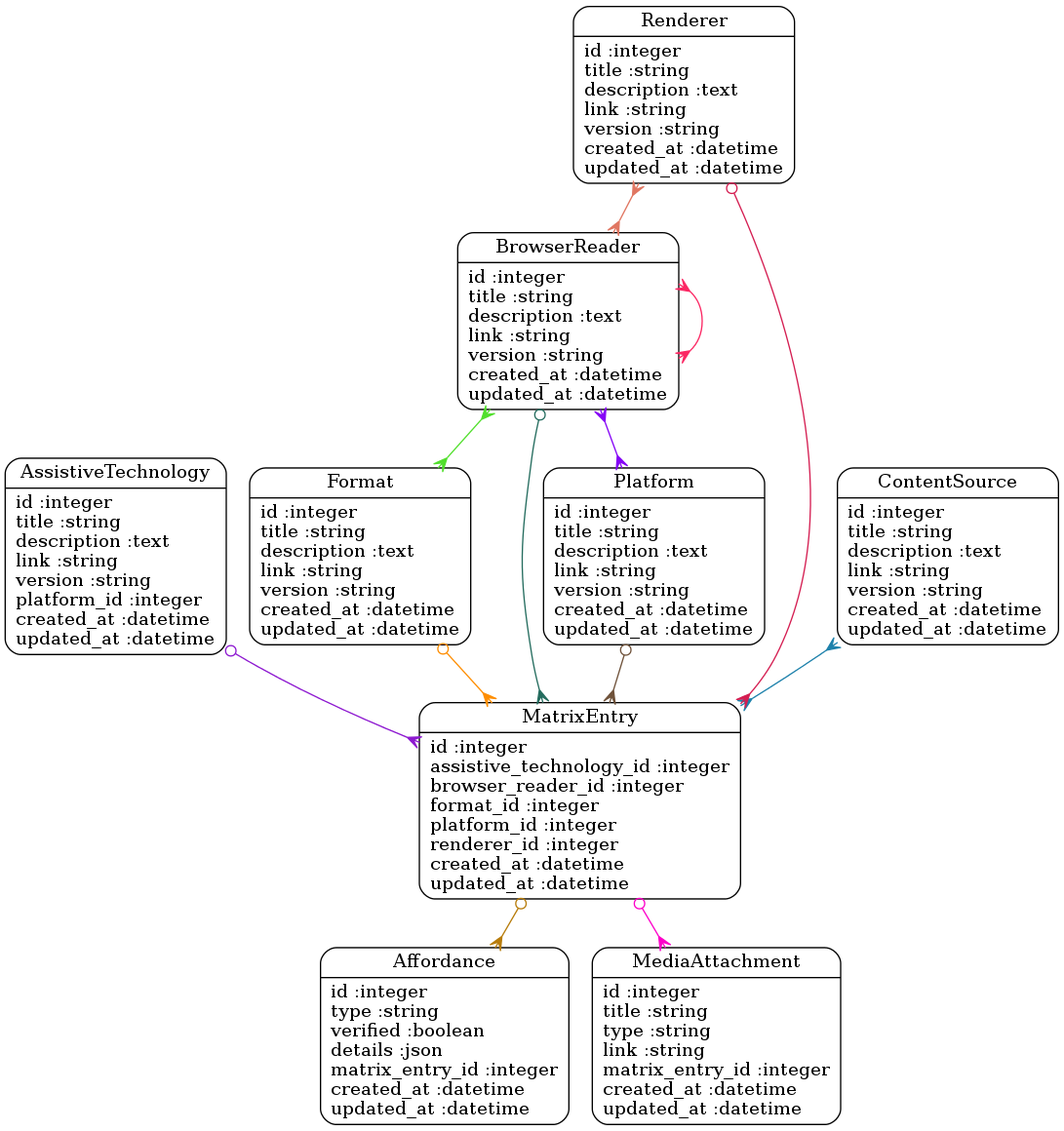
Before: models.png, a diagram exported from Graphviz (benetech/math-support-finder). Its source is kept beside it as models.dot.
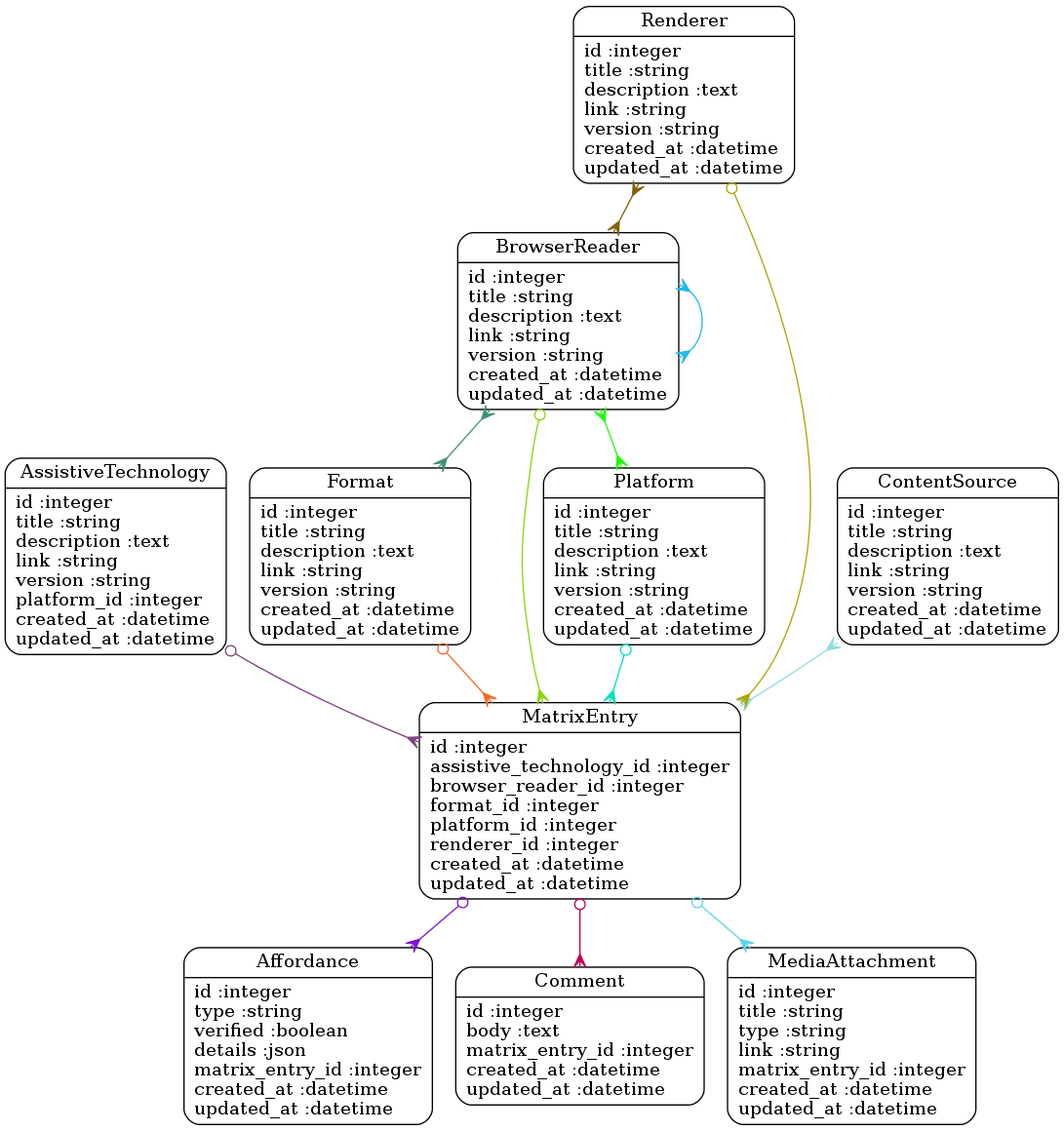
After the change.

Commit message:
forgot has_many declaration and inverse_of specification related to Comment model. Also regenerated visualizations of models.

The edit, as a diff of the source:
```diff
@@ -3,22 +3,24 @@
 	"Affordance" [shape=Mrecord, label="{Affordance|id :integer\ltype :string\lverified :boolean\ldetails :json\lmatrix_entry_id :integer\lcreated_at :datetime\lupdated_at :datetime\l}"]
 	"AssistiveTechnology" [shape=Mrecord, label="{AssistiveTechnology|id :integer\ltitle :string\ldescription :text\llink :string\lversion :string\lplatform_id :integer\lcreated_at :datetime\lupdated_at :datetime\l}"]
 	"BrowserReader" [shape=Mrecord, label="{BrowserReader|id :integer\ltitle :string\ldescription :text\llink :string\lversion :string\lcreated_at :datetime\lupdated_at :datetime\l}"]
+	"Comment" [shape=Mrecord, label="{Comment|id :integer\lbody :text\lmatrix_entry_id :integer\lcreated_at :datetime\lupdated_at :datetime\l}"]
 	"ContentSource" [shape=Mrecord, label="{ContentSource|id :integer\ltitle :string\ldescription :text\llink :string\lversion :string\lcreated_at :datetime\lupdated_at :datetime\l}"]
 	"Format" [shape=Mrecord, label="{Format|id :integer\ltitle :string\ldescription :text\llink :string\lversion :string\lcreated_at :datetime\lupdated_at :datetime\l}"]
 	"MatrixEntry" [shape=Mrecord, label="{MatrixEntry|id :integer\lassistive_technology_id :integer\lbrowser_reader_id :integer\lformat_id :integer\lplatform_id :integer\lrenderer_id :integer\lcreated_at :datetime\lupdated_at :datetime\l}"]
 	"MediaAttachment" [shape=Mrecord, label="{MediaAttachment|id :integer\ltitle :string\ltype :string\llink :string\lmatrix_entry_id :integer\lcreated_at :datetime\lupdated_at :datetime\l}"]
 	"Platform" [shape=Mrecord, label="{Platform|id :integer\ltitle :string\ldescription :text\llink :string\lversion :string\lcreated_at :datetime\lupdated_at :datetime\l}"]
 	"Renderer" [shape=Mrecord, label="{Renderer|id :integer\ltitle :string\ldescription :text\llink :string\lversion :string\lcreated_at :datetime\lupdated_at :datetime\l}"]
-	"AssistiveTechnology" -> "MatrixEntry" [arrowtail=odot, arrowhead=crow, dir=both color="#8D18D0"]
-	"BrowserReader" -> "MatrixEntry" [arrowtail=odot, arrowhead=crow, dir=both color="#246C5E"]
-	"BrowserReader" -> "Format" [arrowtail=crow, arrowhead=crow, dir=both color="#51DF2C"]
-	"BrowserReader" -> "Platform" [arrowtail=crow, arrowhead=crow, dir=both color="#8504F6"]
-	"BrowserReader" -> "BrowserReader" [arrowtail=crow, arrowhead=crow, dir=both color="#FB2763"]
-	"ContentSource" -> "MatrixEntry" [arrowtail=crow, arrowhead=crow, dir=both color="#1D81AB"]
-	"Format" -> "MatrixEntry" [arrowtail=odot, arrowhead=crow, dir=both color="#FE8D01"]
-	"MatrixEntry" -> "Affordance" [arrowtail=odot, arrowhead=crow, dir=both color="#B77C0B"]
-	"MatrixEntry" -> "MediaAttachment" [arrowtail=odot, arrowhead=crow, dir=both color="#FD00C9"]
-	"Platform" -> "MatrixEntry" [arrowtail=odot, arrowhead=crow, dir=both color="#6F523A"]
-	"Renderer" -> "MatrixEntry" [arrowtail=odot, arrowhead=crow, dir=both color="#D41D51"]
-	"Renderer" -> "BrowserReader" [arrowtail=crow, arrowhead=crow, dir=both color="#E07661"]
+	"AssistiveTechnology" -> "MatrixEntry" [arrowtail=odot, arrowhead=crow, dir=both color="#7A447E"]
+	"BrowserReader" -> "MatrixEntry" [arrowtail=odot, arrowhead=crow, dir=both color="#8AD40C"]
+	"BrowserReader" -> "Format" [arrowtail=crow, arrowhead=crow, dir=both color="#409273"]
+	"BrowserReader" -> "Platform" [arrowtail=crow, arrowhead=crow, dir=both color="#22FB0C"]
+	"BrowserReader" -> "BrowserReader" [arrowtail=crow, arrowhead=crow, dir=both color="#24B9E8"]
+	"ContentSource" -> "MatrixEntry" [arrowtail=crow, arrowhead=crow, dir=both color="#92DCE1"]
+	"Format" -> "MatrixEntry" [arrowtail=odot, arrowhead=crow, dir=both color="#F66B29"]
+	"MatrixEntry" -> "Affordance" [arrowtail=odot, arrowhead=crow, dir=both color="#7E15CB"]
+	"MatrixEntry" -> "Comment" [arrowtail=odot, arrowhead=crow, dir=both color="#BE0257"]
+	"MatrixEntry" -> "MediaAttachment" [arrowtail=odot, arrowhead=crow, dir=both color="#5DD5E5"]
+	"Platform" -> "MatrixEntry" [arrowtail=odot, arrowhead=crow, dir=both color="#03E2BC"]
+	"Renderer" -> "MatrixEntry" [arrowtail=odot, arrowhead=crow, dir=both color="#AEA605"]
+	"Renderer" -> "BrowserReader" [arrowtail=crow, arrowhead=crow, dir=both color="#7F620D"]
 }
```
